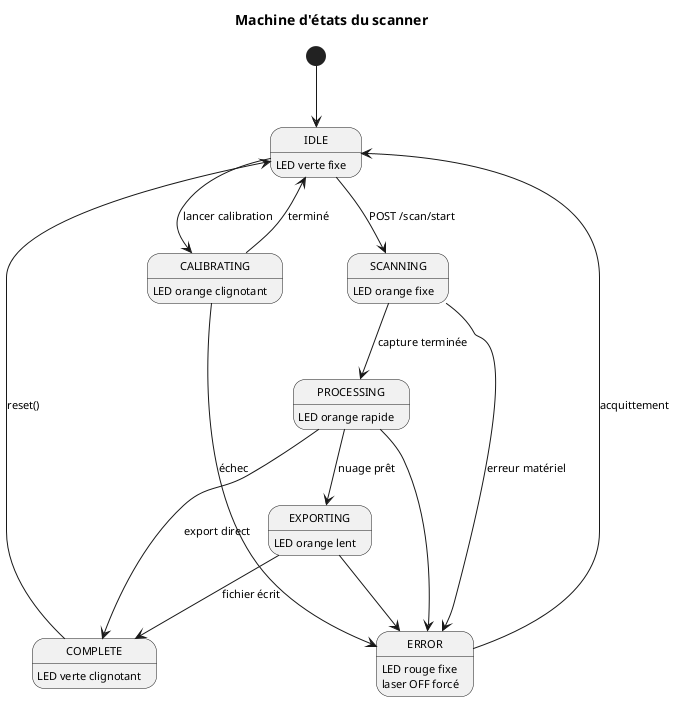
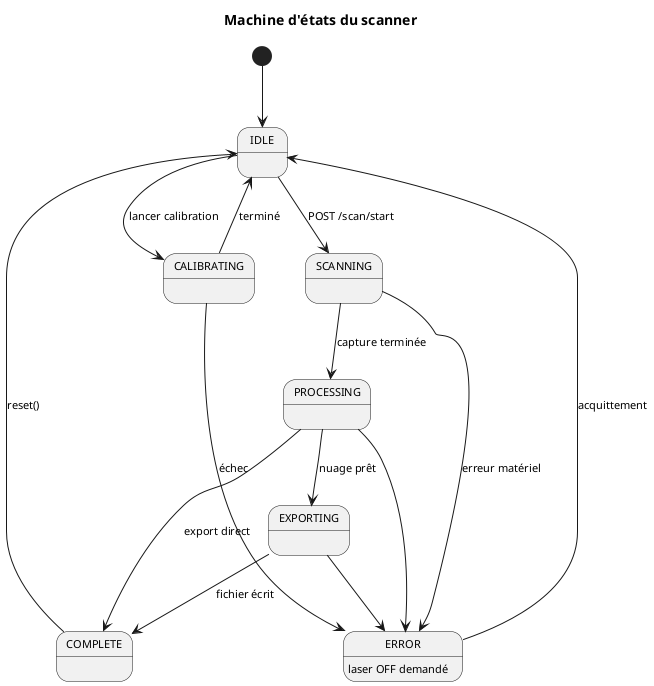
@startuml machine_etats
' Machine d'états du scanner — transitions valides
' Rendu : plantuml -tpdf machine_etats.puml

skinparam shadowing false
skinparam defaultFontName Latin Modern Roman
skinparam defaultFontSize 11

title Machine d'états du scanner

[*] --> IDLE

- IDLE : LED verte fixe
IDLE --> SCANNING : POST /scan/start
IDLE --> CALIBRATING : lancer calibration

- CALIBRATING : LED orange clignotant
CALIBRATING --> IDLE : terminé
CALIBRATING --> ERROR : échec

- SCANNING : LED orange fixe
SCANNING --> PROCESSING : capture terminée
SCANNING --> ERROR : erreur matériel

- PROCESSING : LED orange rapide
PROCESSING --> EXPORTING : nuage prêt
PROCESSING --> COMPLETE : export direct
PROCESSING --> ERROR

- EXPORTING : LED orange lent
EXPORTING --> COMPLETE : fichier écrit
EXPORTING --> ERROR

- COMPLETE : LED verte clignotant
COMPLETE --> IDLE : reset()

- ERROR : LED rouge fixe\nlaser OFF forcé
+ ERROR : laser OFF demandé
ERROR --> IDLE : acquittement

@enduml
